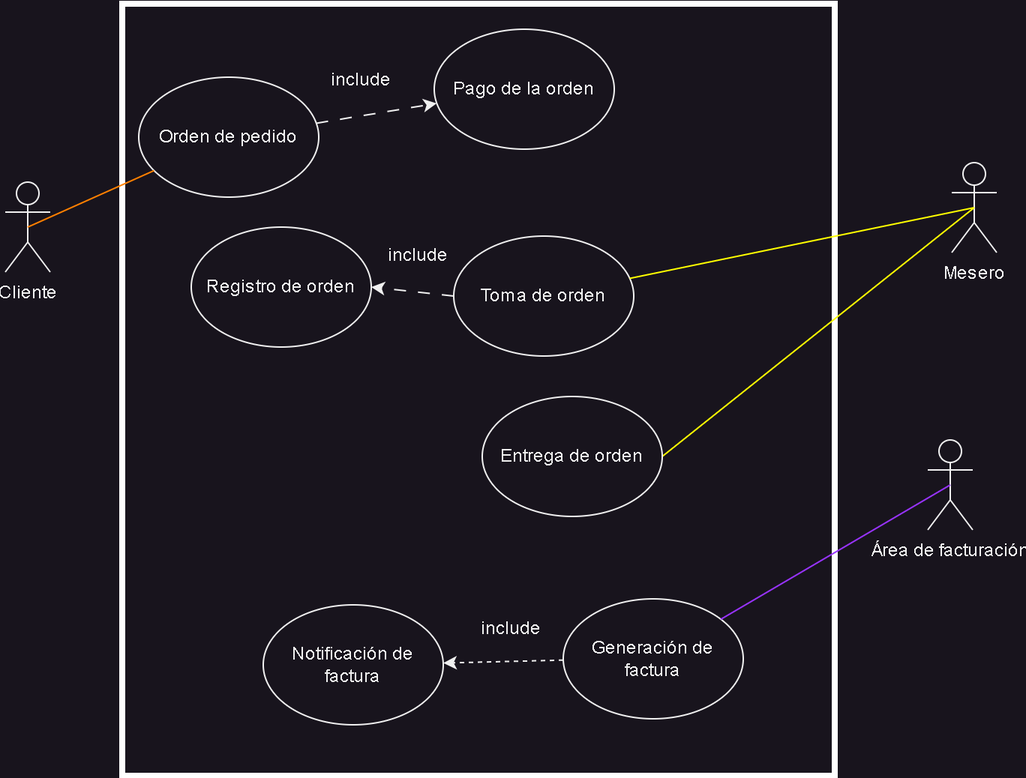
The draw.io diagram Proyecto/Avance1/CasosDeUso.png in Edu-Ram/Requerimientos, before a commit. Source tidied: cells renumbered, new cells last; positions are measured from the earlier drawing's top-left corner, leaving out a move shared by most shapes.
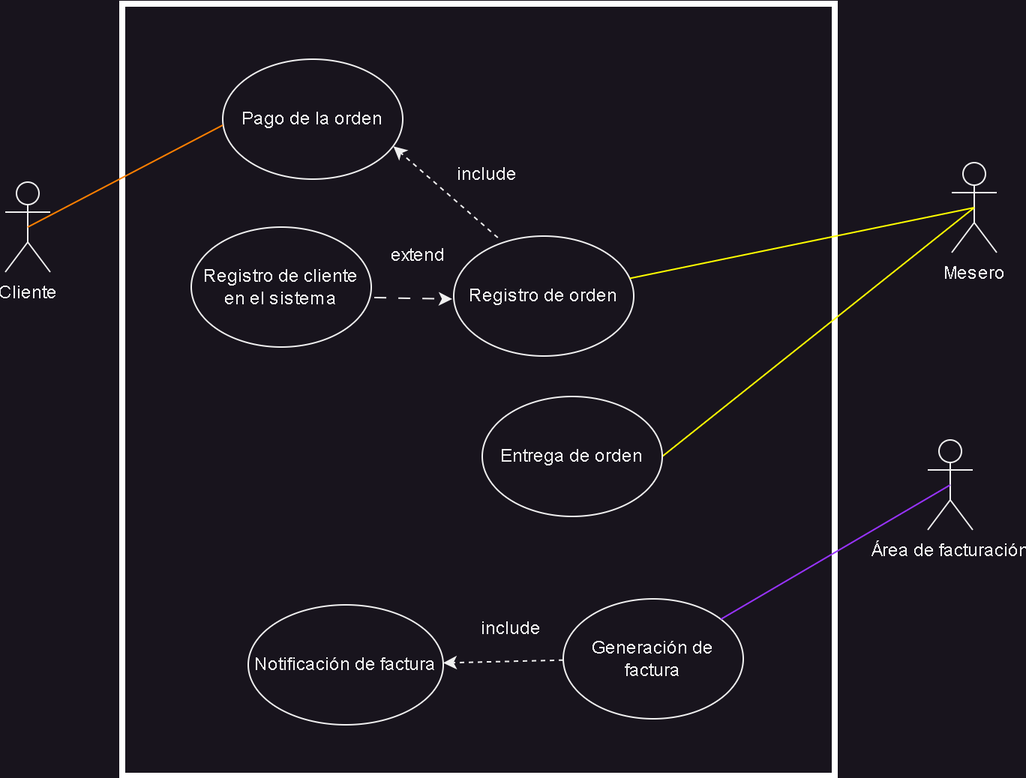
The same file after the commit.

The edit, as a diff of the source:
```diff
@@ -5,10 +5,10 @@
     <mxCell id="2" style="rounded=0;whiteSpace=wrap;html=1;fillColor=none;strokeColor=#FFFFFF;strokeWidth=4;" parent="1" vertex="1">
       <mxGeometry x="78" width="475" height="515" as="geometry" />
     </mxCell>
-    <mxCell id="3" value="Registro de orden" style="ellipse;whiteSpace=wrap;html=1;" parent="1" vertex="1">
+    <mxCell id="3" value="Registro de cliente en el sistema" style="ellipse;whiteSpace=wrap;html=1;" parent="1" vertex="1">
       <mxGeometry x="124" y="149" width="120" height="80" as="geometry" />
     </mxCell>
-    <mxCell id="4" value="Toma de orden" style="ellipse;whiteSpace=wrap;html=1;" parent="1" vertex="1">
+    <mxCell id="4" value="Registro de orden" style="ellipse;whiteSpace=wrap;html=1;" parent="1" vertex="1">
       <mxGeometry x="299" y="155" width="120" height="80" as="geometry" />
     </mxCell>
     <mxCell id="5" style="rounded=0;jettySize=auto;html=1;dashed=1;" parent="1" edge="1" source="6" target="7">
@@ -18,7 +18,7 @@
       <mxGeometry x="372" y="397" width="120" height="80" as="geometry" />
     </mxCell>
     <mxCell id="7" value="Notificación de factura" style="ellipse;whiteSpace=wrap;html=1;" parent="1" vertex="1">
-      <mxGeometry x="172" y="401" width="120" height="80" as="geometry" />
+      <mxGeometry x="162" y="401" width="130" height="80" as="geometry" />
     </mxCell>
     <mxCell id="8" value="Cliente" style="shape=umlActor;verticalLabelPosition=bottom;verticalAlign=top;html=1;outlineConnect=0;" parent="1" vertex="1">
       <mxGeometry y="119" width="30" height="60" as="geometry" />
@@ -32,38 +32,35 @@
     <mxCell id="11" value="Área de facturación" style="shape=umlActor;verticalLabelPosition=bottom;verticalAlign=top;html=1;outlineConnect=0;" parent="1" vertex="1">
       <mxGeometry x="615" y="291" width="30" height="60" as="geometry" />
     </mxCell>
-    <mxCell id="12" style="endArrow=classic;html=1;rounded=0;dashed=1;dashPattern=8 8;exitX=0;exitY=0.5;exitDx=0;exitDy=0;entryX=1;entryY=0.5;entryDx=0;entryDy=0;" parent="1" edge="1" source="4" target="3">
+    <mxCell id="12" style="endArrow=classic;html=1;rounded=0;dashed=1;dashPattern=8 8;exitX=1.017;exitY=0.588;exitDx=0;exitDy=0;entryX=-0.008;entryY=0.525;entryDx=0;entryDy=0;exitPerimeter=0;entryPerimeter=0;" parent="1" edge="1" source="3" target="4">
       <mxGeometry relative="1" as="geometry" />
     </mxCell>
-    <mxCell id="13" value="Orden de pedido" style="ellipse;whiteSpace=wrap;html=1;" parent="1" vertex="1">
-      <mxGeometry x="89" y="49" width="120" height="80" as="geometry" />
-    </mxCell>
     <mxCell id="14" value="Pago de la orden" style="ellipse;whiteSpace=wrap;html=1;" parent="1" vertex="1">
-      <mxGeometry x="286" y="17" width="120" height="80" as="geometry" />
+      <mxGeometry x="145" y="37" width="120" height="80" as="geometry" />
     </mxCell>
-    <mxCell id="15" style="endArrow=none;html=1;rounded=0;exitX=0.5;exitY=0.5;exitDx=0;exitDy=0;exitPerimeter=0;strokeColor=#FF8000;" parent="1" edge="1" source="8" target="13">
+    <mxCell id="15" style="endArrow=none;html=1;rounded=0;exitX=0.5;exitY=0.5;exitDx=0;exitDy=0;exitPerimeter=0;strokeColor=#FF8000;entryX=0;entryY=0.55;entryDx=0;entryDy=0;entryPerimeter=0;" parent="1" edge="1" source="8" target="14">
       <mxGeometry relative="1" as="geometry" />
     </mxCell>
     <mxCell id="16" style="endArrow=none;html=1;rounded=0;entryX=0.5;entryY=0.5;entryDx=0;entryDy=0;entryPerimeter=0;strokeColor=#9933FF;" parent="1" edge="1" source="6" target="11">
       <mxGeometry relative="1" as="geometry" />
     </mxCell>
-    <mxCell id="17" style="endArrow=classic;html=1;rounded=0;dashed=1;dashPattern=8 8;" parent="1" edge="1" source="13" target="14">
-      <mxGeometry relative="1" as="geometry" />
-    </mxCell>
     <mxCell id="18" style="endArrow=none;html=1;rounded=0;entryX=0.5;entryY=0.5;entryDx=0;entryDy=0;entryPerimeter=0;strokeColor=#FFFF00;exitX=1;exitY=0.5;exitDx=0;exitDy=0;" parent="1" edge="1" source="21" target="9">
       <mxGeometry relative="1" as="geometry" />
     </mxCell>
-    <mxCell id="19" value="include" style="text;html=1;align=center;verticalAlign=middle;strokeColor=none;fillColor=none;" parent="1" vertex="1">
-      <mxGeometry x="209" y="38" width="55" height="26" as="geometry" />
-    </mxCell>
     <mxCell id="20" value="include" style="text;html=1;align=center;verticalAlign=middle;strokeColor=none;fillColor=none;" parent="1" vertex="1">
       <mxGeometry x="309" y="404" width="55" height="26" as="geometry" />
     </mxCell>
     <mxCell id="21" value="Entrega de orden" style="ellipse;whiteSpace=wrap;html=1;" parent="1" vertex="1">
       <mxGeometry x="318" y="262" width="120" height="80" as="geometry" />
     </mxCell>
-    <mxCell id="22" value="include" style="text;html=1;align=center;verticalAlign=middle;strokeColor=none;fillColor=none;" parent="1" vertex="1">
-      <mxGeometry x="247" y="155" width="55" height="26" as="geometry" />
+    <mxCell id="22" value="extend" style="text;html=1;align=center;verticalAlign=middle;strokeColor=none;fillColor=none;" parent="1" vertex="1">
+      <mxGeometry x="248" y="155" width="54" height="26" as="geometry" />
     </mxCell>
+    <mxCell id="23" style="rounded=0;jettySize=auto;html=1;dashed=1;entryX=0.948;entryY=0.727;entryDx=0;entryDy=0;entryPerimeter=0;exitX=0.245;exitY=0.013;exitDx=0;exitDy=0;exitPerimeter=0;" parent="1" edge="1" source="4" target="14">
+      <mxGeometry relative="1" as="geometry" />
+    </mxCell>
+    <mxCell id="19" value="include" style="text;html=1;align=center;verticalAlign=middle;strokeColor=none;fillColor=none;" parent="1" vertex="1">
+      <mxGeometry x="293" y="101" width="55" height="26" as="geometry" />
+    </mxCell>
   </root>
 </mxGraphModel>
```
